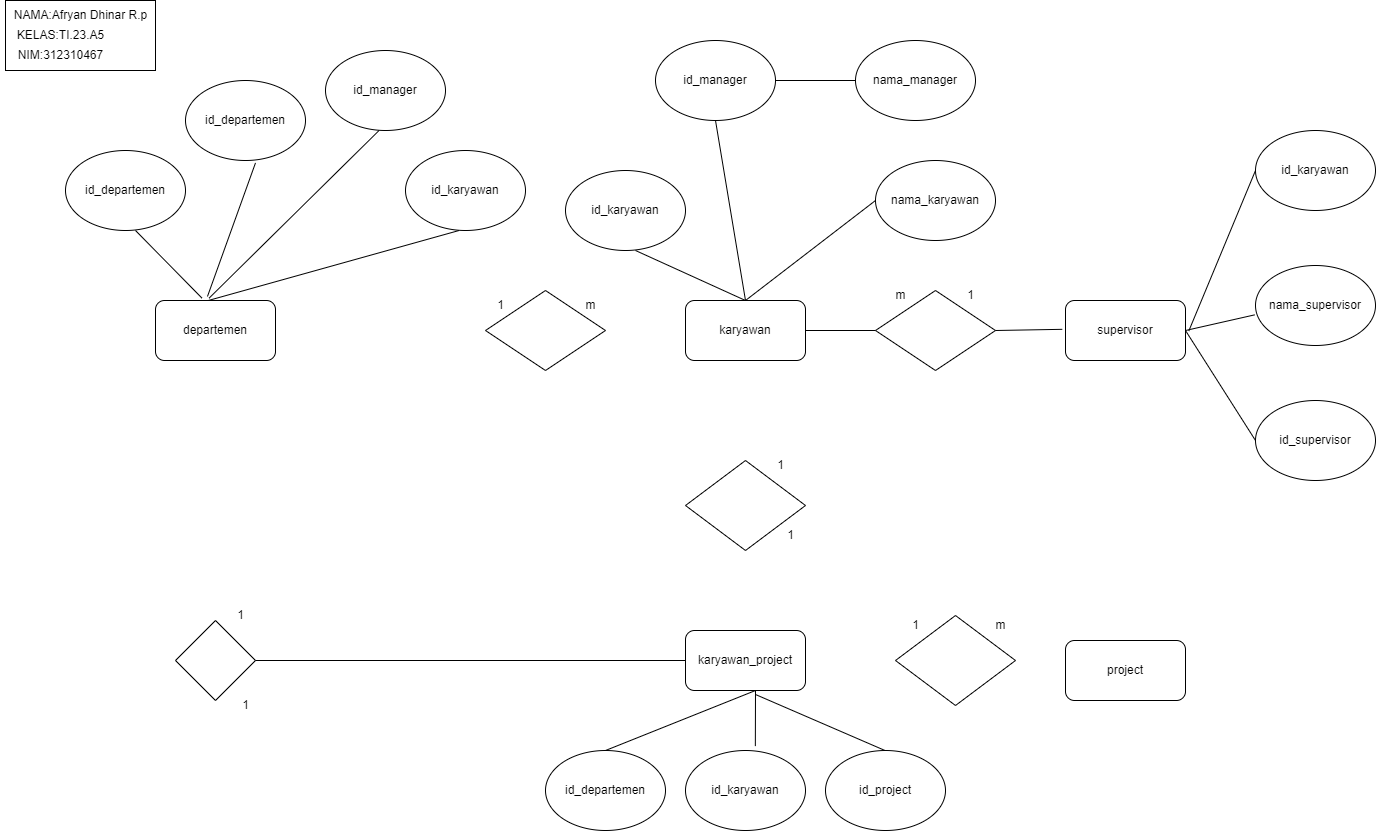
Before: gambar/database.png, a diagram exported from draw.io (Daffa373/MYSQL6). Source tidied: cells renumbered, new cells last; positions are measured from the earlier drawing's top-left corner, leaving out a move shared by most shapes. Source of this version:
```xml
<mxGraphModel>
  <root>
    <mxCell id="0" />
    <mxCell id="1" parent="0" />
    <mxCell id="2" value="departemen" style="rounded=1;whiteSpace=wrap;html=1;" parent="1" vertex="1">
      <mxGeometry x="155" y="300" width="120" height="60" as="geometry" />
    </mxCell>
    <mxCell id="3" value="id_departemen" style="ellipse;whiteSpace=wrap;html=1;" parent="1" vertex="1">
      <mxGeometry x="185" y="80" width="120" height="80" as="geometry" />
    </mxCell>
    <mxCell id="4" value="id_departemen" style="ellipse;whiteSpace=wrap;html=1;" parent="1" vertex="1">
      <mxGeometry x="65" y="150" width="120" height="80" as="geometry" />
    </mxCell>
    <mxCell id="5" value="id_karyawan" style="ellipse;whiteSpace=wrap;html=1;" parent="1" vertex="1">
      <mxGeometry x="405" y="150" width="120" height="80" as="geometry" />
    </mxCell>
    <mxCell id="6" value="id_manager" style="ellipse;whiteSpace=wrap;html=1;" parent="1" vertex="1">
      <mxGeometry x="325" y="50" width="120" height="80" as="geometry" />
    </mxCell>
    <mxCell id="7" style="rhombus;whiteSpace=wrap;html=1;" parent="1" vertex="1">
      <mxGeometry x="175" y="620" width="80" height="80" as="geometry" />
    </mxCell>
    <mxCell id="8" style="endArrow=none;html=1;exitX=0.387;exitY=-0.04;exitDx=0;exitDy=0;exitPerimeter=0;" parent="1" edge="1" source="2">
      <mxGeometry relative="1" as="geometry">
        <mxPoint x="135" y="230" as="targetPoint" />
      </mxGeometry>
    </mxCell>
    <mxCell id="9" style="endArrow=none;html=1;exitX=0.433;exitY=-0.067;exitDx=0;exitDy=0;exitPerimeter=0;" parent="1" edge="1" source="2">
      <mxGeometry relative="1" as="geometry">
        <mxPoint x="255" y="162.4" as="targetPoint" />
      </mxGeometry>
    </mxCell>
    <mxCell id="10" style="endArrow=none;html=1;exitX=0.447;exitY=-0.04;exitDx=0;exitDy=0;exitPerimeter=0;" parent="1" edge="1" source="2">
      <mxGeometry relative="1" as="geometry">
        <mxPoint x="378.6" y="130" as="targetPoint" />
      </mxGeometry>
    </mxCell>
    <mxCell id="11" style="endArrow=none;html=1;exitX=0.44;exitY=0;exitDx=0;exitDy=0;exitPerimeter=0;" parent="1" edge="1" source="2">
      <mxGeometry relative="1" as="geometry">
        <mxPoint x="458.6" y="230" as="targetPoint" />
      </mxGeometry>
    </mxCell>
    <mxCell id="12" style="rhombus;whiteSpace=wrap;html=1;" parent="1" vertex="1">
      <mxGeometry x="485" y="290" width="120" height="80" as="geometry" />
    </mxCell>
    <mxCell id="13" value="karyawan" style="rounded=1;whiteSpace=wrap;html=1;" parent="1" vertex="1">
      <mxGeometry x="685" y="300" width="120" height="60" as="geometry" />
    </mxCell>
    <mxCell id="14" value="id_karyawan" style="ellipse;whiteSpace=wrap;html=1;" parent="1" vertex="1">
      <mxGeometry x="565" y="170" width="120" height="80" as="geometry" />
    </mxCell>
    <mxCell id="15" value="id_manager" style="ellipse;whiteSpace=wrap;html=1;" parent="1" vertex="1">
      <mxGeometry x="655" y="40" width="120" height="80" as="geometry" />
    </mxCell>
    <mxCell id="16" value="nama_manager" style="ellipse;whiteSpace=wrap;html=1;" parent="1" vertex="1">
      <mxGeometry x="855" y="40" width="120" height="80" as="geometry" />
    </mxCell>
    <mxCell id="17" value="nama_karyawan" style="ellipse;whiteSpace=wrap;html=1;" parent="1" vertex="1">
      <mxGeometry x="875" y="160" width="120" height="80" as="geometry" />
    </mxCell>
    <mxCell id="18" style="endArrow=none;html=1;exitX=0.5;exitY=0;exitDx=0;exitDy=0;" parent="1" edge="1" source="13">
      <mxGeometry relative="1" as="geometry">
        <mxPoint x="635" y="250" as="targetPoint" />
      </mxGeometry>
    </mxCell>
    <mxCell id="19" style="endArrow=none;html=1;entryX=0.5;entryY=1;entryDx=0;entryDy=0;" parent="1" edge="1" target="15">
      <mxGeometry relative="1" as="geometry">
        <mxPoint x="745" y="300" as="sourcePoint" />
      </mxGeometry>
    </mxCell>
    <mxCell id="20" style="endArrow=none;html=1;exitX=0.5;exitY=0;exitDx=0;exitDy=0;entryX=0;entryY=0.5;entryDx=0;entryDy=0;" parent="1" edge="1" source="13" target="17">
      <mxGeometry relative="1" as="geometry" />
    </mxCell>
    <mxCell id="21" style="endArrow=none;html=1;exitX=1;exitY=0.5;exitDx=0;exitDy=0;" parent="1" edge="1" source="15">
      <mxGeometry relative="1" as="geometry">
        <mxPoint x="855" y="80" as="targetPoint" />
      </mxGeometry>
    </mxCell>
    <mxCell id="22" style="rhombus;whiteSpace=wrap;html=1;" parent="1" vertex="1">
      <mxGeometry x="875" y="290" width="120" height="80" as="geometry" />
    </mxCell>
    <mxCell id="23" value="1" style="text;html=1;align=center;verticalAlign=middle;strokeColor=none;fillColor=none;" parent="1" vertex="1">
      <mxGeometry x="485" y="290" width="30" height="30" as="geometry" />
    </mxCell>
    <mxCell id="24" value="m&lt;br&gt;" style="text;html=1;align=center;verticalAlign=middle;strokeColor=none;fillColor=none;" parent="1" vertex="1">
      <mxGeometry x="575" y="290" width="30" height="30" as="geometry" />
    </mxCell>
    <mxCell id="25" value="m&lt;br&gt;" style="text;html=1;align=center;verticalAlign=middle;strokeColor=none;fillColor=none;" parent="1" vertex="1">
      <mxGeometry x="885" y="280" width="30" height="30" as="geometry" />
    </mxCell>
    <mxCell id="26" value="1" style="text;html=1;align=center;verticalAlign=middle;strokeColor=none;fillColor=none;" parent="1" vertex="1">
      <mxGeometry x="955" y="280" width="30" height="30" as="geometry" />
    </mxCell>
    <mxCell id="27" style="endArrow=none;html=1;exitX=1;exitY=0.5;exitDx=0;exitDy=0;" parent="1" edge="1" source="13">
      <mxGeometry relative="1" as="geometry">
        <mxPoint x="875" y="330" as="targetPoint" />
      </mxGeometry>
    </mxCell>
    <mxCell id="28" style="endArrow=none;html=1;entryX=-0.027;entryY=0.647;entryDx=0;entryDy=0;entryPerimeter=0;" parent="1" edge="1">
      <mxGeometry relative="1" as="geometry">
        <mxPoint x="995" y="330" as="sourcePoint" />
        <mxPoint x="1061.8" y="328.8" as="targetPoint" />
      </mxGeometry>
    </mxCell>
    <mxCell id="29" value="supervisor" style="rounded=1;whiteSpace=wrap;html=1;" parent="1" vertex="1">
      <mxGeometry x="1065" y="300" width="120" height="60" as="geometry" />
    </mxCell>
    <mxCell id="30" value="id_karyawan" style="ellipse;whiteSpace=wrap;html=1;" parent="1" vertex="1">
      <mxGeometry x="1255" y="130" width="120" height="80" as="geometry" />
    </mxCell>
    <mxCell id="31" value="nama_supervisor" style="ellipse;whiteSpace=wrap;html=1;" parent="1" vertex="1">
      <mxGeometry x="1255" y="265" width="120" height="80" as="geometry" />
    </mxCell>
    <mxCell id="32" value="id_supervisor" style="ellipse;whiteSpace=wrap;html=1;" parent="1" vertex="1">
      <mxGeometry x="1255" y="400" width="120" height="80" as="geometry" />
    </mxCell>
    <mxCell id="33" style="endArrow=none;html=1;entryX=0;entryY=0.5;entryDx=0;entryDy=0;" parent="1" edge="1" target="30">
      <mxGeometry relative="1" as="geometry">
        <mxPoint x="1188.2" y="330.6" as="sourcePoint" />
      </mxGeometry>
    </mxCell>
    <mxCell id="34" style="endArrow=none;html=1;entryX=0;entryY=0.5;entryDx=0;entryDy=0;" parent="1" edge="1" target="32">
      <mxGeometry relative="1" as="geometry">
        <mxPoint x="1185" y="330" as="sourcePoint" />
      </mxGeometry>
    </mxCell>
    <mxCell id="35" style="endArrow=none;html=1;entryX=-0.007;entryY=0.617;entryDx=0;entryDy=0;entryPerimeter=0;" parent="1" edge="1" target="31">
      <mxGeometry relative="1" as="geometry">
        <mxPoint x="1185" y="330" as="sourcePoint" />
      </mxGeometry>
    </mxCell>
    <mxCell id="36" style="rhombus;whiteSpace=wrap;html=1;" parent="1" vertex="1">
      <mxGeometry x="685" y="460" width="120" height="90" as="geometry" />
    </mxCell>
    <mxCell id="37" value="1" style="text;html=1;align=center;verticalAlign=middle;strokeColor=none;fillColor=none;" parent="1" vertex="1">
      <mxGeometry x="765" y="450" width="30" height="30" as="geometry" />
    </mxCell>
    <mxCell id="38" value="1" style="text;html=1;align=center;verticalAlign=middle;strokeColor=none;fillColor=none;" parent="1" vertex="1">
      <mxGeometry x="775" y="520" width="30" height="30" as="geometry" />
    </mxCell>
    <mxCell id="39" value="1" style="text;html=1;align=center;verticalAlign=middle;strokeColor=none;fillColor=none;" parent="1" vertex="1">
      <mxGeometry x="225" y="600" width="30" height="30" as="geometry" />
    </mxCell>
    <mxCell id="40" value="1" style="text;html=1;align=center;verticalAlign=middle;strokeColor=none;fillColor=none;" parent="1" vertex="1">
      <mxGeometry x="230" y="690" width="30" height="30" as="geometry" />
    </mxCell>
    <mxCell id="41" value="karyawan_project" style="rounded=1;whiteSpace=wrap;html=1;" parent="1" vertex="1">
      <mxGeometry x="685" y="630" width="120" height="60" as="geometry" />
    </mxCell>
    <mxCell id="42" style="endArrow=none;html=1;entryX=0;entryY=0.5;entryDx=0;entryDy=0;" parent="1" edge="1" target="41">
      <mxGeometry relative="1" as="geometry">
        <mxPoint x="255" y="660" as="sourcePoint" />
      </mxGeometry>
    </mxCell>
    <mxCell id="43" value="id_departemen" style="ellipse;whiteSpace=wrap;html=1;" parent="1" vertex="1">
      <mxGeometry x="545" y="750" width="120" height="80" as="geometry" />
    </mxCell>
    <mxCell id="44" value="id_karyawan" style="ellipse;whiteSpace=wrap;html=1;" parent="1" vertex="1">
      <mxGeometry x="685" y="750" width="120" height="80" as="geometry" />
    </mxCell>
    <mxCell id="45" value="id_project" style="ellipse;whiteSpace=wrap;html=1;" parent="1" vertex="1">
      <mxGeometry x="825" y="750" width="120" height="80" as="geometry" />
    </mxCell>
    <mxCell id="46" style="endArrow=none;html=1;exitX=0.582;exitY=-0.055;exitDx=0;exitDy=0;exitPerimeter=0;" parent="1" edge="1" source="44">
      <mxGeometry relative="1" as="geometry">
        <mxPoint x="755" y="690" as="targetPoint" />
      </mxGeometry>
    </mxCell>
    <mxCell id="47" style="endArrow=none;html=1;exitX=0.582;exitY=-0.055;exitDx=0;exitDy=0;exitPerimeter=0;" parent="1" edge="1">
      <mxGeometry relative="1" as="geometry">
        <mxPoint x="605" y="750" as="sourcePoint" />
        <mxPoint x="755" y="690" as="targetPoint" />
      </mxGeometry>
    </mxCell>
    <mxCell id="48" style="endArrow=none;html=1;exitX=0.582;exitY=-0.055;exitDx=0;exitDy=0;exitPerimeter=0;" parent="1" edge="1">
      <mxGeometry relative="1" as="geometry">
        <mxPoint x="884.5" y="750" as="sourcePoint" />
        <mxPoint x="755" y="694" as="targetPoint" />
      </mxGeometry>
    </mxCell>
    <mxCell id="49" style="rhombus;whiteSpace=wrap;html=1;" parent="1" vertex="1">
      <mxGeometry x="895" y="615" width="120" height="90" as="geometry" />
    </mxCell>
    <mxCell id="50" value="1" style="text;html=1;align=center;verticalAlign=middle;strokeColor=none;fillColor=none;" parent="1" vertex="1">
      <mxGeometry x="900" y="610" width="30" height="30" as="geometry" />
    </mxCell>
    <mxCell id="51" value="m&lt;br&gt;" style="text;html=1;align=center;verticalAlign=middle;strokeColor=none;fillColor=none;" parent="1" vertex="1">
      <mxGeometry x="985" y="610" width="30" height="30" as="geometry" />
    </mxCell>
    <mxCell id="52" value="project" style="rounded=1;whiteSpace=wrap;html=1;" parent="1" vertex="1">
      <mxGeometry x="1065" y="640" width="120" height="60" as="geometry" />
    </mxCell>
    <mxCell id="53" value="NAMA:Afryan Dhinar R.p" style="text;html=1;align=center;verticalAlign=middle;strokeColor=none;fillColor=none;" parent="1" vertex="1">
      <mxGeometry width="160" height="30" as="geometry" />
    </mxCell>
    <mxCell id="54" style="rounded=0;whiteSpace=wrap;html=1;fillColor=none;" parent="1" vertex="1">
      <mxGeometry x="5" width="150" height="70" as="geometry" />
    </mxCell>
    <mxCell id="55" value="KELAS:TI.23.A5" style="text;html=1;align=center;verticalAlign=middle;strokeColor=none;fillColor=none;" parent="1" vertex="1">
      <mxGeometry x="5" y="20" width="110" height="30" as="geometry" />
    </mxCell>
    <mxCell id="56" value="NIM:312310467" style="text;html=1;align=center;verticalAlign=middle;strokeColor=none;fillColor=none;" parent="1" vertex="1">
      <mxGeometry x="5" y="40" width="110" height="30" as="geometry" />
    </mxCell>
  </root>
</mxGraphModel>
```
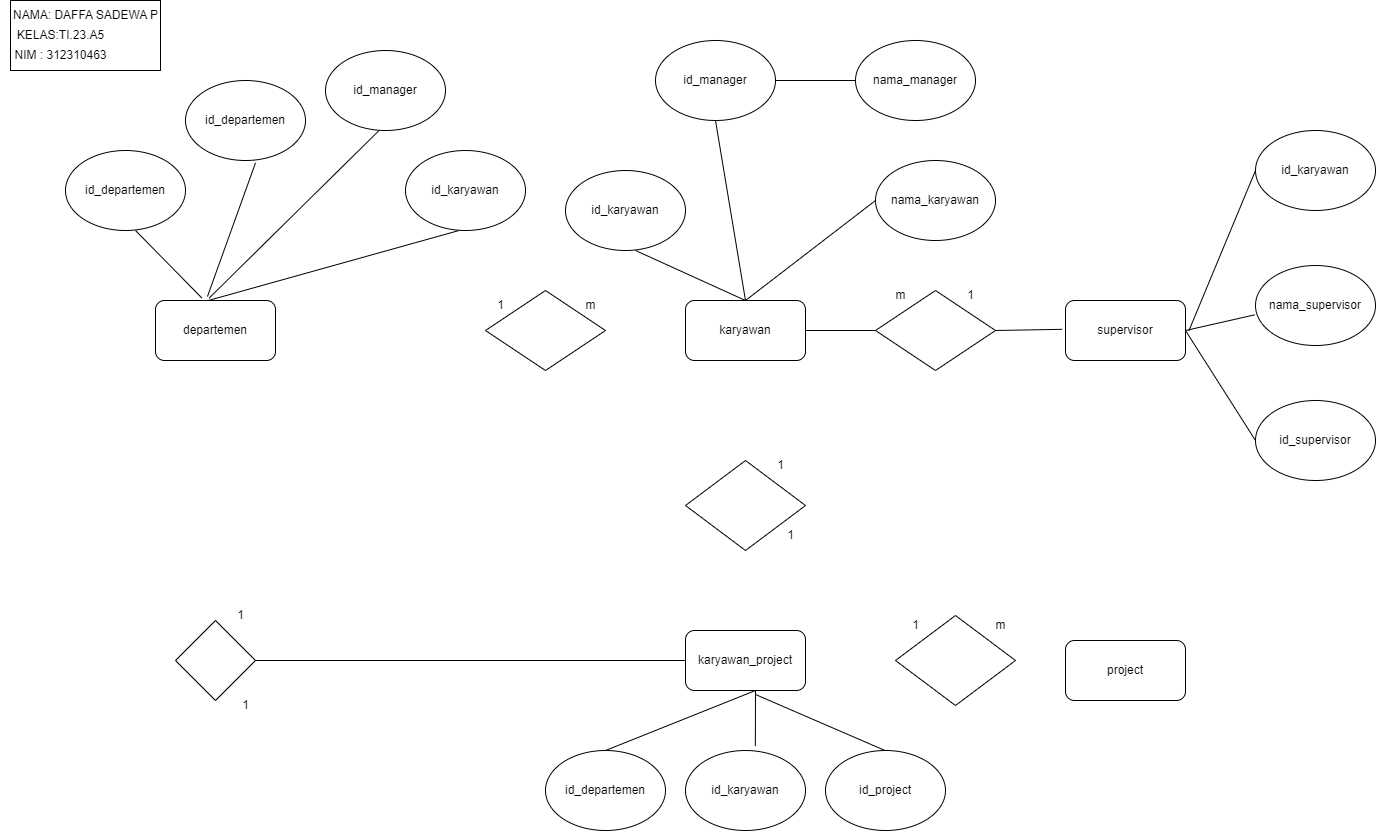
The same diagram one commit later.

The edit, as a diff of the source:
```diff
@@ -190,17 +190,17 @@
     <mxCell id="52" value="project" style="rounded=1;whiteSpace=wrap;html=1;" parent="1" vertex="1">
       <mxGeometry x="1065" y="640" width="120" height="60" as="geometry" />
     </mxCell>
-    <mxCell id="53" value="NAMA:Afryan Dhinar R.p" style="text;html=1;align=center;verticalAlign=middle;strokeColor=none;fillColor=none;" parent="1" vertex="1">
-      <mxGeometry width="160" height="30" as="geometry" />
+    <mxCell id="53" value="NAMA: DAFFA SADEWA P" style="text;html=1;align=center;verticalAlign=middle;strokeColor=none;fillColor=none;" parent="1" vertex="1">
+      <mxGeometry width="170" height="30" as="geometry" />
     </mxCell>
     <mxCell id="54" style="rounded=0;whiteSpace=wrap;html=1;fillColor=none;" parent="1" vertex="1">
-      <mxGeometry x="5" width="150" height="70" as="geometry" />
+      <mxGeometry x="10" width="150" height="70" as="geometry" />
     </mxCell>
     <mxCell id="55" value="KELAS:TI.23.A5" style="text;html=1;align=center;verticalAlign=middle;strokeColor=none;fillColor=none;" parent="1" vertex="1">
       <mxGeometry x="5" y="20" width="110" height="30" as="geometry" />
     </mxCell>
-    <mxCell id="56" value="NIM:312310467" style="text;html=1;align=center;verticalAlign=middle;strokeColor=none;fillColor=none;" parent="1" vertex="1">
-      <mxGeometry x="5" y="40" width="110" height="30" as="geometry" />
+    <mxCell id="56" value="NIM : 312310463" style="text;html=1;align=center;verticalAlign=middle;strokeColor=none;fillColor=none;" parent="1" vertex="1">
+      <mxGeometry y="40" width="120" height="30" as="geometry" />
     </mxCell>
   </root>
 </mxGraphModel>
```
